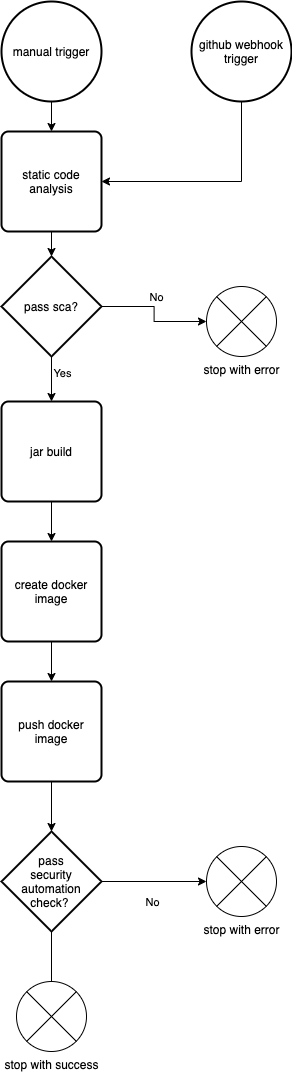
victoralexanderds/infrastructure keeps this draw.io diagram as pipeline.png. Above is the earlier version. Source tidied: cells renumbered, new cells last; positions are measured from the earlier drawing's top-left corner, leaving out a move shared by most shapes.
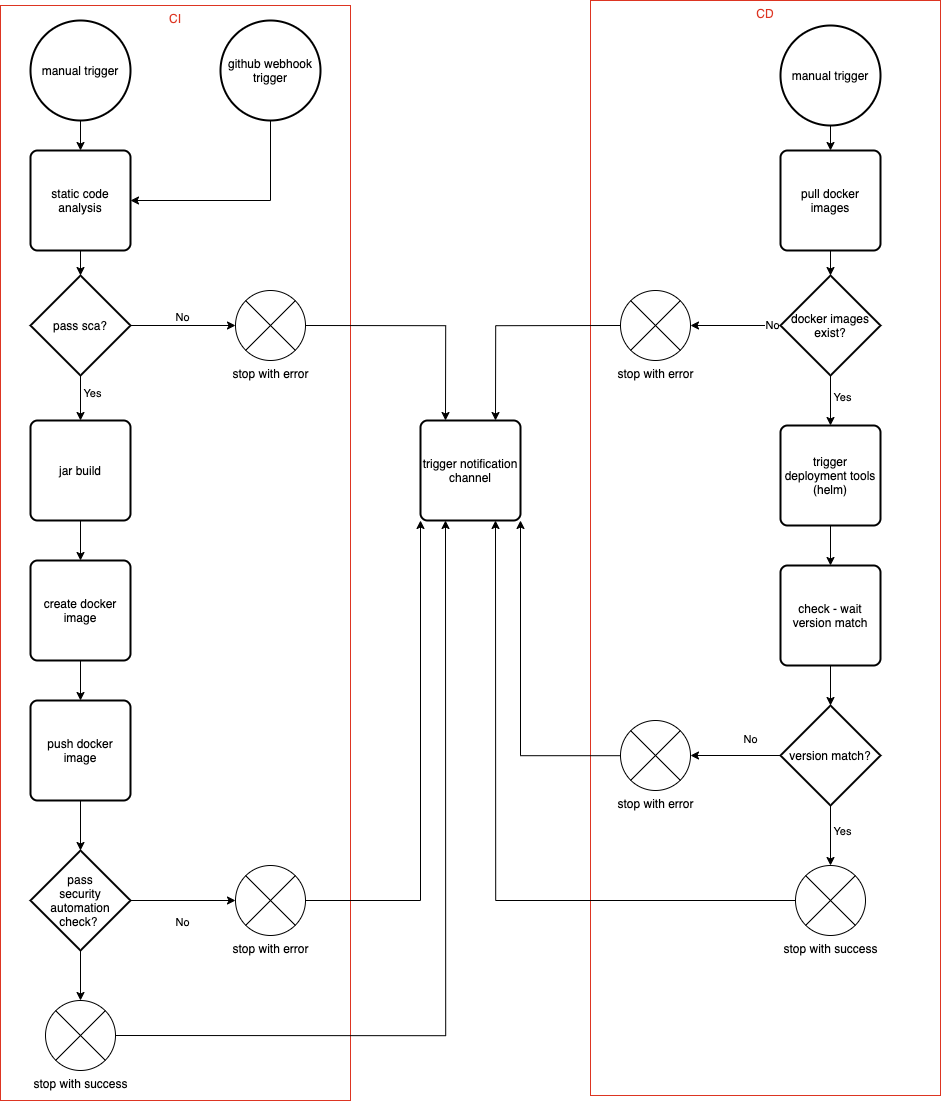
After the commit.

Diff of the diagram source:
```diff
@@ -2,6 +2,12 @@
   <root>
     <mxCell id="0" />
     <mxCell id="1" parent="0" />
+    <mxCell id="26" value="CD" style="fillColor=none;strokeColor=#DD3522;verticalAlign=top;fontStyle=0;fontColor=#DD3522;" parent="1" vertex="1">
+      <mxGeometry x="560" y="-20" width="350" height="1095" as="geometry" />
+    </mxCell>
+    <mxCell id="27" value="CI" style="fillColor=none;strokeColor=#DD3522;verticalAlign=top;fontStyle=0;fontColor=#DD3522;" parent="1" vertex="1">
+      <mxGeometry x="-30" y="-15" width="350" height="1095" as="geometry" />
+    </mxCell>
     <mxCell id="2" style="edgeStyle=orthogonalEdgeStyle;rounded=0;jettySize=auto;html=1;exitX=0.5;exitY=1;exitDx=0;exitDy=0;exitPerimeter=0;entryX=0.5;entryY=0;entryDx=0;entryDy=0;" parent="1" edge="1" source="3" target="5">
       <mxGeometry relative="1" as="geometry" />
     </mxCell>
@@ -38,8 +44,11 @@
     <mxCell id="13" value="github webhook trigger" style="strokeWidth=2;html=1;shape=mxgraph.flowchart.start_2;whiteSpace=wrap;" parent="1" vertex="1">
       <mxGeometry x="190" width="100" height="100" as="geometry" />
     </mxCell>
+    <mxCell id="28" style="edgeStyle=orthogonalEdgeStyle;rounded=0;jettySize=auto;html=1;exitX=1;exitY=0.5;exitDx=0;exitDy=0;exitPerimeter=0;entryX=0.25;entryY=0;entryDx=0;entryDy=0;" parent="1" edge="1" source="14" target="56">
+      <mxGeometry relative="1" as="geometry" />
+    </mxCell>
     <mxCell id="14" value="stop with error" style="verticalLabelPosition=bottom;verticalAlign=top;html=1;shape=mxgraph.flowchart.or;" parent="1" vertex="1">
-      <mxGeometry x="205" y="285" width="70" height="70" as="geometry" />
+      <mxGeometry x="205" y="270" width="70" height="70" as="geometry" />
     </mxCell>
     <mxCell id="15" style="edgeStyle=orthogonalEdgeStyle;rounded=0;jettySize=auto;html=1;exitX=1;exitY=0.5;exitDx=0;exitDy=0;exitPerimeter=0;entryX=0;entryY=0.5;entryDx=0;entryDy=0;entryPerimeter=0;" parent="1" edge="1" source="19" target="14">
       <mxGeometry relative="1" as="geometry" />
@@ -63,22 +72,111 @@
     <mxCell id="20" style="edgeStyle=orthogonalEdgeStyle;rounded=0;jettySize=auto;html=1;exitX=1;exitY=0.5;exitDx=0;exitDy=0;exitPerimeter=0;entryX=0;entryY=0.5;entryDx=0;entryDy=0;entryPerimeter=0;" parent="1" edge="1" source="22" target="23">
       <mxGeometry relative="1" as="geometry" />
     </mxCell>
-    <mxCell id="21" style="edgeStyle=orthogonalEdgeStyle;rounded=0;jettySize=auto;html=1;exitX=0.5;exitY=1;exitDx=0;exitDy=0;exitPerimeter=0;entryX=0.5;entryY=0;entryDx=0;entryDy=0;" parent="1" edge="1" source="22">
-      <mxGeometry relative="1" as="geometry">
-        <mxPoint x="50" y="1010" as="targetPoint" />
-      </mxGeometry>
-    </mxCell>
+    <mxCell id="29" style="edgeStyle=orthogonalEdgeStyle;rounded=0;jettySize=auto;html=1;exitX=0.5;exitY=1;exitDx=0;exitDy=0;exitPerimeter=0;entryX=0.5;entryY=0;entryDx=0;entryDy=0;entryPerimeter=0;" parent="1" edge="1" source="22" target="25">
+      <mxGeometry relative="1" as="geometry" />
+    </mxCell>
     <mxCell id="22" value="pass&lt;br&gt;security&lt;br&gt;automation&lt;br&gt;check?&amp;nbsp;" style="strokeWidth=2;html=1;shape=mxgraph.flowchart.decision;whiteSpace=wrap;" parent="1" vertex="1">
       <mxGeometry y="830" width="100" height="100" as="geometry" />
     </mxCell>
+    <mxCell id="30" style="edgeStyle=orthogonalEdgeStyle;rounded=0;jettySize=auto;html=1;exitX=1;exitY=0.5;exitDx=0;exitDy=0;exitPerimeter=0;entryX=0;entryY=1;entryDx=0;entryDy=0;" parent="1" edge="1" source="23" target="56">
+      <mxGeometry relative="1" as="geometry" />
+    </mxCell>
     <mxCell id="23" value="stop with error" style="verticalLabelPosition=bottom;verticalAlign=top;html=1;shape=mxgraph.flowchart.or;" parent="1" vertex="1">
       <mxGeometry x="205" y="845" width="70" height="70" as="geometry" />
     </mxCell>
     <mxCell id="24" value="No" style="edgeLabel;html=1;align=center;verticalAlign=middle;" parent="1" vertex="1">
       <mxGeometry x="150" y="900" as="geometry" />
     </mxCell>
+    <mxCell id="31" style="edgeStyle=orthogonalEdgeStyle;rounded=0;jettySize=auto;html=1;exitX=1;exitY=0.5;exitDx=0;exitDy=0;exitPerimeter=0;entryX=0.25;entryY=1;entryDx=0;entryDy=0;" parent="1" edge="1" source="25" target="56">
+      <mxGeometry relative="1" as="geometry" />
+    </mxCell>
     <mxCell id="25" value="stop with success" style="verticalLabelPosition=bottom;verticalAlign=top;html=1;shape=mxgraph.flowchart.or;" parent="1" vertex="1">
       <mxGeometry x="15" y="980" width="70" height="70" as="geometry" />
     </mxCell>
+    <mxCell id="32" style="edgeStyle=orthogonalEdgeStyle;rounded=0;jettySize=auto;html=1;exitX=0.5;exitY=1;exitDx=0;exitDy=0;exitPerimeter=0;entryX=0.5;entryY=0;entryDx=0;entryDy=0;" parent="1" edge="1" source="33" target="35">
+      <mxGeometry relative="1" as="geometry" />
+    </mxCell>
+    <mxCell id="33" value="manual trigger" style="strokeWidth=2;html=1;shape=mxgraph.flowchart.start_2;whiteSpace=wrap;" parent="1" vertex="1">
+      <mxGeometry x="750" y="5" width="100" height="100" as="geometry" />
+    </mxCell>
+    <mxCell id="34" style="edgeStyle=orthogonalEdgeStyle;rounded=0;jettySize=auto;html=1;exitX=0.5;exitY=1;exitDx=0;exitDy=0;entryX=0.5;entryY=0;entryDx=0;entryDy=0;entryPerimeter=0;" parent="1" edge="1" source="35" target="46">
+      <mxGeometry relative="1" as="geometry" />
+    </mxCell>
+    <mxCell id="35" value="pull docker images" style="rounded=1;whiteSpace=wrap;html=1;absoluteArcSize=1;arcSize=14;strokeWidth=2;" parent="1" vertex="1">
+      <mxGeometry x="750" y="130" width="100" height="100" as="geometry" />
+    </mxCell>
+    <mxCell id="36" style="edgeStyle=orthogonalEdgeStyle;rounded=0;jettySize=auto;html=1;exitX=0.5;exitY=1;exitDx=0;exitDy=0;entryX=0.5;entryY=0;entryDx=0;entryDy=0;" parent="1" edge="1" source="37" target="39">
+      <mxGeometry relative="1" as="geometry" />
+    </mxCell>
+    <mxCell id="37" value="trigger deployment tools&lt;br&gt;(helm)" style="rounded=1;whiteSpace=wrap;html=1;absoluteArcSize=1;arcSize=14;strokeWidth=2;" parent="1" vertex="1">
+      <mxGeometry x="750" y="405" width="100" height="100" as="geometry" />
+    </mxCell>
+    <mxCell id="38" style="edgeStyle=orthogonalEdgeStyle;rounded=0;jettySize=auto;html=1;exitX=0.5;exitY=1;exitDx=0;exitDy=0;entryX=0.5;entryY=0;entryDx=0;entryDy=0;" parent="1" edge="1" source="39">
+      <mxGeometry relative="1" as="geometry">
+        <mxPoint x="800" y="685" as="targetPoint" />
+      </mxGeometry>
+    </mxCell>
+    <mxCell id="39" value="check - wait version match" style="rounded=1;whiteSpace=wrap;html=1;absoluteArcSize=1;arcSize=14;strokeWidth=2;" parent="1" vertex="1">
+      <mxGeometry x="750" y="545" width="100" height="100" as="geometry" />
+    </mxCell>
+    <mxCell id="40" style="edgeStyle=orthogonalEdgeStyle;rounded=0;jettySize=auto;html=1;exitX=0;exitY=0.5;exitDx=0;exitDy=0;exitPerimeter=0;entryX=0.75;entryY=0;entryDx=0;entryDy=0;" parent="1" edge="1" source="41" target="56">
+      <mxGeometry relative="1" as="geometry" />
+    </mxCell>
+    <mxCell id="41" value="stop with error" style="verticalLabelPosition=bottom;verticalAlign=top;html=1;shape=mxgraph.flowchart.or;" parent="1" vertex="1">
+      <mxGeometry x="590" y="270" width="70" height="70" as="geometry" />
+    </mxCell>
+    <mxCell id="42" style="edgeStyle=orthogonalEdgeStyle;rounded=0;jettySize=auto;html=1;entryX=1;entryY=0.5;entryDx=0;entryDy=0;entryPerimeter=0;" parent="1" edge="1" source="46" target="41">
+      <mxGeometry relative="1" as="geometry" />
+    </mxCell>
+    <mxCell id="43" value="No" style="edgeLabel;html=1;align=center;verticalAlign=middle;" parent="42" vertex="1">
+      <mxGeometry x="-0.39" y="4" relative="1" as="geometry">
+        <mxPoint x="18" y="-6" as="offset" />
+      </mxGeometry>
+    </mxCell>
+    <mxCell id="44" style="edgeStyle=orthogonalEdgeStyle;rounded=0;jettySize=auto;html=1;exitX=0.5;exitY=1;exitDx=0;exitDy=0;exitPerimeter=0;" parent="1" edge="1" source="46" target="37">
+      <mxGeometry relative="1" as="geometry" />
+    </mxCell>
+    <mxCell id="45" value="Yes" style="edgeLabel;html=1;align=center;verticalAlign=middle;" parent="44" vertex="1">
+      <mxGeometry x="-0.28" y="2" relative="1" as="geometry">
+        <mxPoint x="8" as="offset" />
+      </mxGeometry>
+    </mxCell>
+    <mxCell id="46" value="docker images exist?" style="strokeWidth=2;html=1;shape=mxgraph.flowchart.decision;whiteSpace=wrap;" parent="1" vertex="1">
+      <mxGeometry x="750" y="255" width="100" height="100" as="geometry" />
+    </mxCell>
+    <mxCell id="47" style="edgeStyle=orthogonalEdgeStyle;rounded=0;jettySize=auto;html=1;exitX=0;exitY=0.5;exitDx=0;exitDy=0;exitPerimeter=0;entryX=1;entryY=0.5;entryDx=0;entryDy=0;entryPerimeter=0;" parent="1" edge="1" source="51" target="53">
+      <mxGeometry relative="1" as="geometry" />
+    </mxCell>
+    <mxCell id="48" value="No" style="edgeLabel;html=1;align=center;verticalAlign=middle;" parent="47" vertex="1">
+      <mxGeometry x="-0.28" y="-4" relative="1" as="geometry">
+        <mxPoint y="-14" as="offset" />
+      </mxGeometry>
+    </mxCell>
+    <mxCell id="49" style="edgeStyle=orthogonalEdgeStyle;rounded=0;jettySize=auto;html=1;exitX=0.5;exitY=1;exitDx=0;exitDy=0;exitPerimeter=0;entryX=0.5;entryY=0;entryDx=0;entryDy=0;entryPerimeter=0;" parent="1" edge="1" source="51" target="55">
+      <mxGeometry relative="1" as="geometry" />
+    </mxCell>
+    <mxCell id="50" value="Yes" style="edgeLabel;html=1;align=center;verticalAlign=middle;" parent="49" vertex="1">
+      <mxGeometry x="-0.2" y="-6" relative="1" as="geometry">
+        <mxPoint x="16" as="offset" />
+      </mxGeometry>
+    </mxCell>
+    <mxCell id="51" value="version match?" style="strokeWidth=2;html=1;shape=mxgraph.flowchart.decision;whiteSpace=wrap;" parent="1" vertex="1">
+      <mxGeometry x="750" y="685" width="100" height="100" as="geometry" />
+    </mxCell>
+    <mxCell id="52" style="edgeStyle=orthogonalEdgeStyle;rounded=0;jettySize=auto;html=1;entryX=1;entryY=1;entryDx=0;entryDy=0;" parent="1" edge="1" source="53" target="56">
+      <mxGeometry relative="1" as="geometry" />
+    </mxCell>
+    <mxCell id="53" value="stop with error" style="verticalLabelPosition=bottom;verticalAlign=top;html=1;shape=mxgraph.flowchart.or;" parent="1" vertex="1">
+      <mxGeometry x="590" y="700" width="70" height="70" as="geometry" />
+    </mxCell>
+    <mxCell id="54" style="edgeStyle=orthogonalEdgeStyle;rounded=0;jettySize=auto;html=1;exitX=0;exitY=0.5;exitDx=0;exitDy=0;exitPerimeter=0;entryX=0.75;entryY=1;entryDx=0;entryDy=0;" parent="1" edge="1" source="55" target="56">
+      <mxGeometry relative="1" as="geometry" />
+    </mxCell>
+    <mxCell id="55" value="stop with success" style="verticalLabelPosition=bottom;verticalAlign=top;html=1;shape=mxgraph.flowchart.or;" parent="1" vertex="1">
+      <mxGeometry x="765" y="845" width="70" height="70" as="geometry" />
+    </mxCell>
+    <mxCell id="56" value="trigger notification channel" style="rounded=1;whiteSpace=wrap;html=1;absoluteArcSize=1;arcSize=14;strokeWidth=2;" parent="1" vertex="1">
+      <mxGeometry x="390" y="400" width="100" height="100" as="geometry" />
+    </mxCell>
   </root>
 </mxGraphModel>
```
